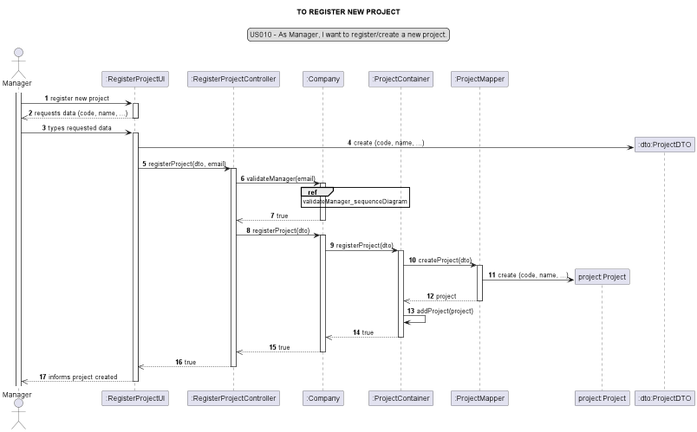
Above: docs/modelling_design/user_stories/sprint02/us010/US010_sequenceDiagram-TO_REGISTER_NEW_PROJECT.png in Loracline/project_switch_22-23 (PlantUML), before the change. Source of this version:
```plantuml
@startuml

skinparam sequenceMessageAlign center
title TO REGISTER NEW PROJECT
legend top
US010 - As Manager, I want to register/create a new project.
end legend
autonumber

actor Manager as mg
participant ":RegisterProjectUI" as ui
participant ":RegisterProjectController" as controller
participant ":Company" as comp
participant ":ProjectContainer" as PC
participant ":ProjectMapper" as mapper
participant "project:Project" as project
participant ":dto:ProjectDTO" as dto

activate mg
mg ->ui : register new project
activate ui
ui -->> mg: requests data (code, name, ...)
deactivate ui
mg -> ui: types requested data
activate ui
create dto
ui -> dto: create (code, name, ...)
ui -> controller: registerProject(dto, email)
activate controller

controller -> comp: validateManager(email)
ref over comp: validateManager_sequenceDiagram
activate comp
comp -->> controller: true
deactivate comp
controller -> comp: registerProject(dto)
activate comp
comp -> PC : registerProject(dto)
activate PC
PC -> mapper: createProject(dto)
activate mapper
create project
mapper -> project : create (code, name, ...)
mapper -->> PC: project
deactivate mapper
PC -> PC : addProject(project)
PC -->> comp : true
deactivate PC
comp -->>controller: true
deactivate comp
controller -->> ui : true
deactivate controller
ui -->> mg :  informs project created
deactivate ui

@enduml
```
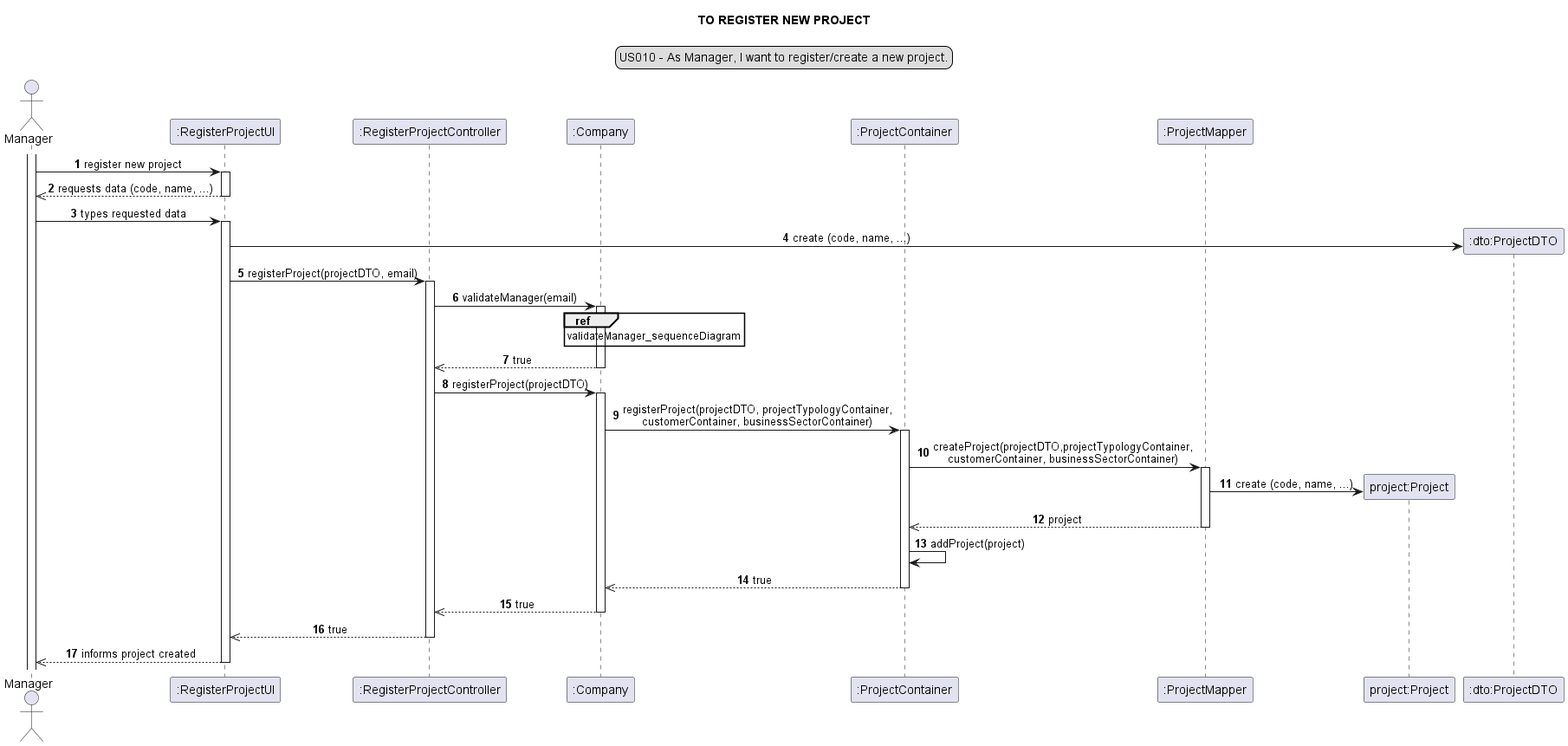
Above is the later version.

The edit, as a diff of the source:
```diff
@@ -25,7 +25,7 @@
 activate ui
 create dto
 ui -> dto: create (code, name, ...)
-ui -> controller: registerProject(dto, email)
+ui -> controller: registerProject(projectDTO, email)
 activate controller
 
 controller -> comp: validateManager(email)
@@ -33,11 +33,11 @@
 activate comp
 comp -->> controller: true
 deactivate comp
-controller -> comp: registerProject(dto)
+controller -> comp: registerProject(projectDTO)
 activate comp
-comp -> PC : registerProject(dto)
+comp -> PC : registerProject(projectDTO, projectTypologyContainer,\ncustomerContainer, businessSectorContainer)
 activate PC
-PC -> mapper: createProject(dto)
+PC -> mapper: createProject(projectDTO,projectTypologyContainer,\ncustomerContainer, businessSectorContainer)
 activate mapper
 create project
 mapper -> project : create (code, name, ...)
```
